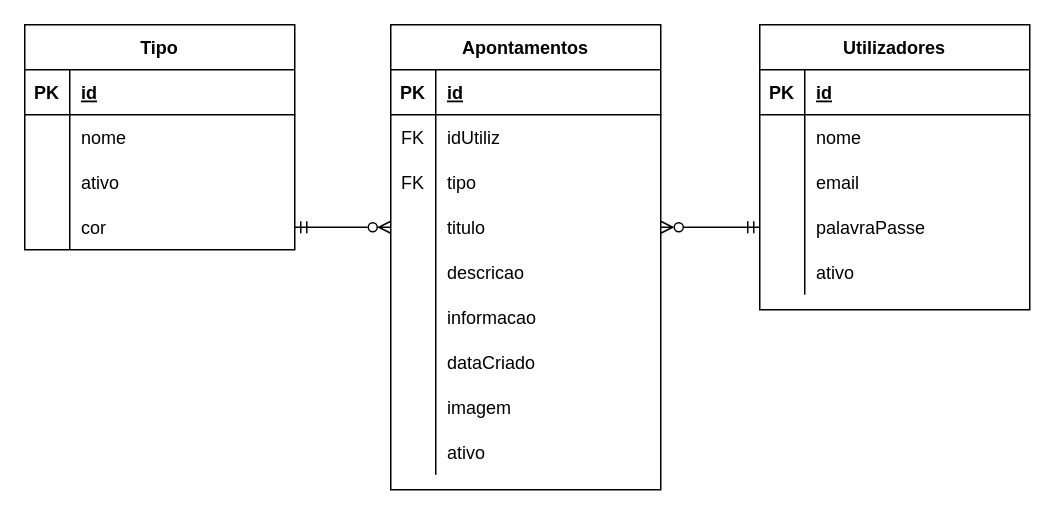
vivianmartins/SIR-PHP keeps this draw.io diagram as Modelos/SIR-TP1.drawio. Above is the earlier version. Source tidied: cells renumbered, new cells numbered last; positions are measured from the earlier drawing's top-left corner, leaving out a move shared by most shapes. Both pictures are drawn from the tidied source at 150%, with x=0, y=0 at pixel (24, 24).
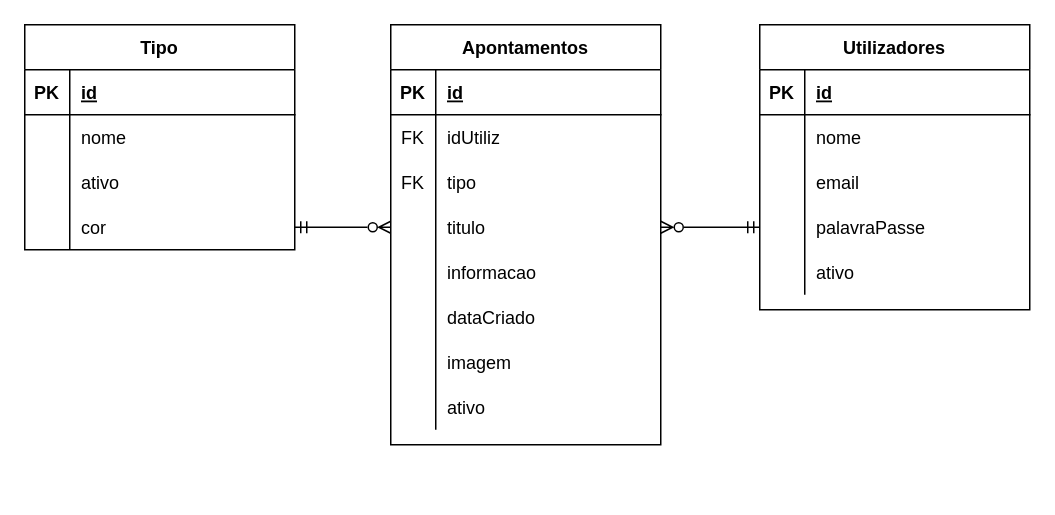
The same diagram, later.

Change to the diagram source:
```diff
@@
     <mxCell id="2" value="Apontamentos" style="shape=table;startSize=30;childLayout=tableLayout;rowLines=0;fontStyle=1;align=center;" parent="1" vertex="1">
-      <mxGeometry x="244" width="180" height="310" as="geometry" />
+      <mxGeometry x="244" width="180" height="280" as="geometry" />
     </mxCell>
@@
-    <mxCell id="15" style="shape=partialRectangle;fillColor=none;top=0;left=0;bottom=0;right=0;" parent="2" vertex="1">
-      <mxGeometry y="150" width="180" height="30" as="geometry" />
-    </mxCell>
-    <mxCell id="16" style="shape=partialRectangle;fillColor=none;top=0;left=0;bottom=0;right=0;overflow=hidden;" parent="15" vertex="1">
-      <mxGeometry width="30" height="30" as="geometry" />
-    </mxCell>
-    <mxCell id="17" value="descricao" style="shape=partialRectangle;fillColor=none;top=0;left=0;bottom=0;right=0;align=left;spacingLeft=6;overflow=hidden;" parent="15" vertex="1">
-      <mxGeometry x="30" width="150" height="30" as="geometry" />
-    </mxCell>
     <mxCell id="18" style="shape=partialRectangle;fillColor=none;top=0;left=0;bottom=0;right=0;" parent="2" vertex="1">
-      <mxGeometry y="180" width="180" height="30" as="geometry" />
+      <mxGeometry y="150" width="180" height="30" as="geometry" />
     </mxCell>
@@
     <mxCell id="21" style="shape=partialRectangle;fillColor=none;top=0;left=0;bottom=0;right=0;" parent="2" vertex="1">
-      <mxGeometry y="210" width="180" height="30" as="geometry" />
+      <mxGeometry y="180" width="180" height="30" as="geometry" />
     </mxCell>
@@
     <mxCell id="24" style="shape=partialRectangle;fillColor=none;top=0;left=0;bottom=0;right=0;" parent="2" vertex="1">
-      <mxGeometry y="240" width="180" height="30" as="geometry" />
+      <mxGeometry y="210" width="180" height="30" as="geometry" />
     </mxCell>
@@
     <mxCell id="27" style="shape=partialRectangle;fillColor=none;top=0;left=0;bottom=0;right=0;" parent="2" vertex="1">
-      <mxGeometry y="270" width="180" height="30" as="geometry" />
+      <mxGeometry y="240" width="180" height="30" as="geometry" />
     </mxCell>
```
